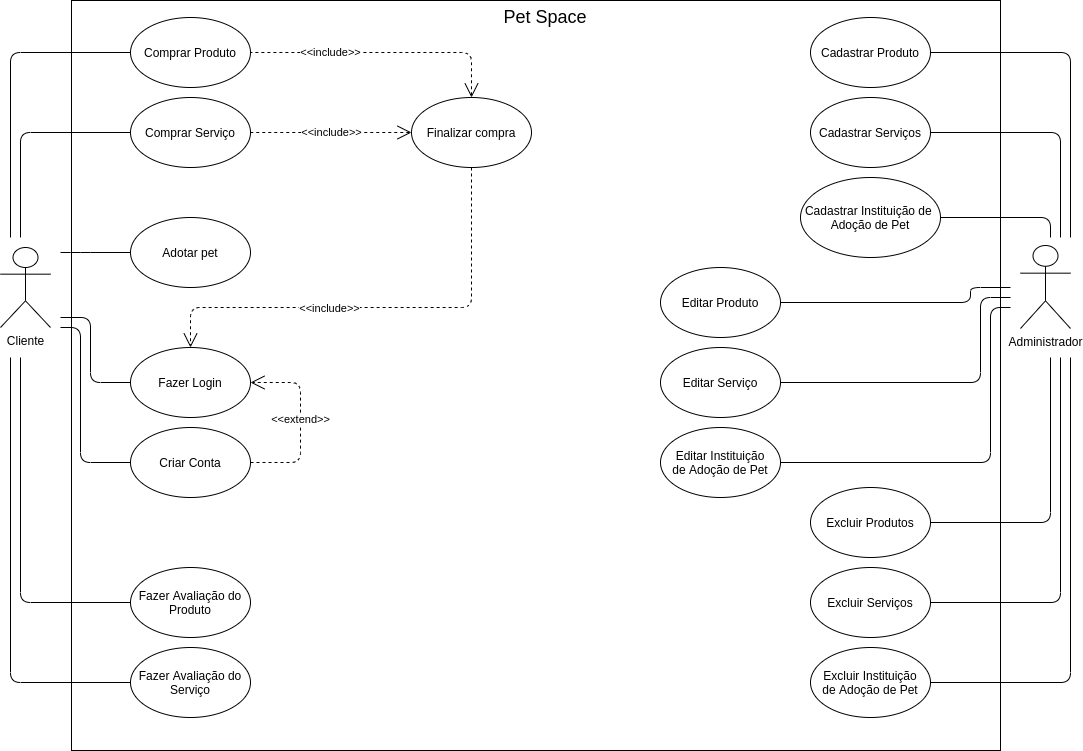
Earlier version of the draw.io export images/Use-case.png (Bruno-Felix/REQ-2020.2-PetSpace). Source tidied: cells renumbered, new cells last; positions are measured from the earlier drawing's top-left corner, leaving out a move shared by most shapes.
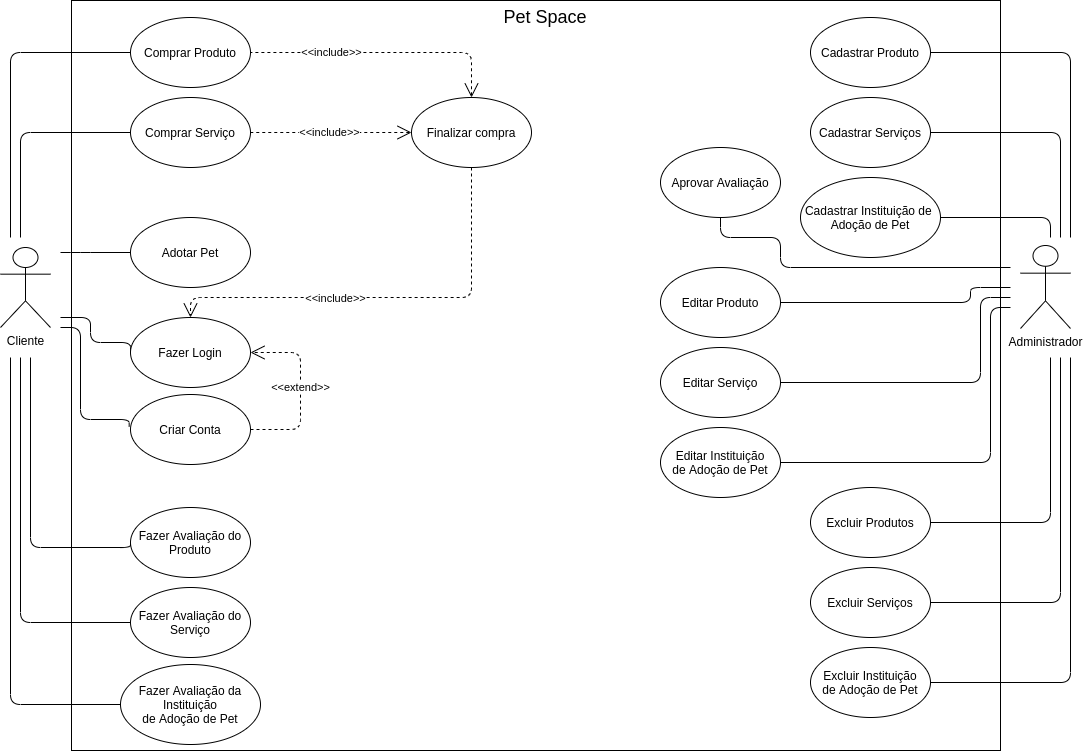
The same file after the commit.

Commit message:
Alterando diagrama

Diff of the diagram source:
```diff
@@ -29,22 +29,22 @@
       <mxGeometry x="130" y="97" width="120" height="70" as="geometry" />
     </mxCell>
     <mxCell id="9" value="Fazer Avaliação do Produto" style="ellipse;whiteSpace=wrap;html=1;" parent="1" vertex="1">
-      <mxGeometry x="130" y="567" width="120" height="70" as="geometry" />
+      <mxGeometry x="130" y="507" width="120" height="70" as="geometry" />
     </mxCell>
     <mxCell id="10" style="endArrow=none;endFill=0;html=1;edgeStyle=orthogonalEdgeStyle;align=left;verticalAlign=top;strokeColor=#000000;exitX=0;exitY=0.5;exitDx=0;exitDy=0;" parent="1" edge="1" source="9">
       <mxGeometry x="-1" relative="1" as="geometry">
-        <mxPoint x="20" y="357" as="targetPoint" />
+        <mxPoint x="30" y="357" as="targetPoint" />
         <Array as="points">
-          <mxPoint x="20" y="602" />
+          <mxPoint x="130" y="547" />
+          <mxPoint x="30" y="547" />
         </Array>
       </mxGeometry>
     </mxCell>
     <mxCell id="11" style="endArrow=none;endFill=0;html=1;edgeStyle=orthogonalEdgeStyle;align=left;verticalAlign=top;strokeColor=#000000;exitX=0;exitY=0.5;exitDx=0;exitDy=0;" parent="1" edge="1" source="39">
       <mxGeometry x="-1" relative="1" as="geometry">
-        <mxPoint x="10" y="357" as="targetPoint" />
+        <mxPoint x="20" y="357" as="targetPoint" />
         <Array as="points">
-          <mxPoint x="10" y="682" />
-          <mxPoint x="10" y="357" />
+          <mxPoint x="20" y="622" />
         </Array>
       </mxGeometry>
     </mxCell>
@@ -69,8 +69,8 @@
     <mxCell id="14" style="edgeStyle=orthogonalEdgeStyle;rounded=1;jettySize=auto;html=1;exitX=0.5;exitY=1;exitDx=0;exitDy=0;dashed=1;startArrow=none;startFill=0;endArrow=open;endFill=0;startSize=12;endSize=12;" parent="1" edge="1" source="16" target="44">
       <mxGeometry relative="1" as="geometry">
         <Array as="points">
-          <mxPoint x="471" y="307" />
-          <mxPoint x="190" y="307" />
+          <mxPoint x="471" y="297" />
+          <mxPoint x="190" y="297" />
         </Array>
       </mxGeometry>
     </mxCell>
@@ -91,14 +91,14 @@
         </Array>
       </mxGeometry>
     </mxCell>
-    <mxCell id="18" value="&lt;span&gt;Adotar pet&lt;/span&gt;" style="ellipse;whiteSpace=wrap;html=1;" parent="1" vertex="1">
+    <mxCell id="18" value="&lt;span&gt;Adotar Pet&lt;/span&gt;" style="ellipse;whiteSpace=wrap;html=1;" parent="1" vertex="1">
       <mxGeometry x="130" y="217" width="120" height="70" as="geometry" />
     </mxCell>
-    <mxCell id="19" style="edgeStyle=orthogonalEdgeStyle;rounded=1;jettySize=auto;html=1;endArrow=none;endFill=0;strokeColor=#000000;" parent="1" edge="1" source="22">
+    <mxCell id="19" style="edgeStyle=orthogonalEdgeStyle;rounded=1;jettySize=auto;html=1;endArrow=none;endFill=0;strokeColor=#000000;exitX=-0.011;exitY=0.458;exitDx=0;exitDy=0;exitPerimeter=0;" parent="1" edge="1" source="22">
       <mxGeometry relative="1" as="geometry">
         <mxPoint x="60" y="327" as="targetPoint" />
         <Array as="points">
-          <mxPoint x="80" y="462" />
+          <mxPoint x="80" y="419" />
           <mxPoint x="80" y="327" />
         </Array>
       </mxGeometry>
@@ -106,8 +106,8 @@
     <mxCell id="20" style="edgeStyle=orthogonalEdgeStyle;rounded=1;jettySize=auto;html=1;exitX=1;exitY=0.5;exitDx=0;exitDy=0;entryX=1;entryY=0.5;entryDx=0;entryDy=0;startArrow=none;startFill=0;endArrow=open;endFill=0;startSize=12;dashed=1;endSize=12;" parent="1" edge="1" source="22" target="44">
       <mxGeometry relative="1" as="geometry">
         <Array as="points">
-          <mxPoint x="300" y="462" />
-          <mxPoint x="300" y="382" />
+          <mxPoint x="300" y="429" />
+          <mxPoint x="300" y="352" />
         </Array>
       </mxGeometry>
     </mxCell>
@@ -117,7 +117,7 @@
       </mxGeometry>
     </mxCell>
     <mxCell id="22" value="Criar Conta" style="ellipse;whiteSpace=wrap;html=1;" parent="1" vertex="1">
-      <mxGeometry x="130" y="427" width="120" height="70" as="geometry" />
+      <mxGeometry x="130" y="394" width="120" height="70" as="geometry" />
     </mxCell>
     <mxCell id="23" value="&amp;lt;&amp;lt;include&amp;gt;&amp;gt;" style="endArrow=none;endSize=12;dashed=1;html=1;strokeColor=#000000;entryX=1;entryY=0.5;entryDx=0;entryDy=0;exitX=0;exitY=0.5;exitDx=0;exitDy=0;startSize=12;startArrow=open;startFill=0;endFill=0;" parent="1" edge="1" source="16" target="8">
       <mxGeometry x="0.01" relative="1" as="geometry" />
@@ -215,7 +215,7 @@
       <mxGeometry x="470" y="7" width="150" height="20" as="geometry" />
     </mxCell>
     <mxCell id="39" value="Fazer Avaliação do Serviço" style="ellipse;whiteSpace=wrap;html=1;" parent="1" vertex="1">
-      <mxGeometry x="130" y="647" width="120" height="70" as="geometry" />
+      <mxGeometry x="130" y="587" width="120" height="70" as="geometry" />
     </mxCell>
     <mxCell id="40" value="Excluir Serviços" style="ellipse;whiteSpace=wrap;html=1;" parent="1" vertex="1">
       <mxGeometry x="810" y="567" width="120" height="70" as="geometry" />
@@ -230,13 +230,37 @@
       <mxGeometry relative="1" as="geometry">
         <mxPoint x="60" y="317" as="targetPoint" />
         <Array as="points">
-          <mxPoint x="90" y="382" />
+          <mxPoint x="90" y="342" />
           <mxPoint x="90" y="317" />
         </Array>
       </mxGeometry>
     </mxCell>
     <mxCell id="44" value="Fazer Login" style="ellipse;whiteSpace=wrap;html=1;" parent="1" vertex="1">
-      <mxGeometry x="130" y="347" width="120" height="70" as="geometry" />
+      <mxGeometry x="130" y="317" width="120" height="70" as="geometry" />
     </mxCell>
+    <mxCell id="45" style="edgeStyle=orthogonalEdgeStyle;rounded=1;jettySize=auto;html=1;endArrow=none;endFill=0;exitX=0;exitY=0.5;exitDx=0;exitDy=0;" parent="1" edge="1" source="46">
+      <mxGeometry relative="1" as="geometry">
+        <mxPoint x="10" y="357" as="targetPoint" />
+        <Array as="points">
+          <mxPoint x="10" y="704" />
+        </Array>
+      </mxGeometry>
+    </mxCell>
+    <mxCell id="46" value="Fazer Avaliação da Instituição&lt;br&gt;de Adoção&amp;nbsp;de Pet" style="ellipse;whiteSpace=wrap;html=1;" parent="1" vertex="1">
+      <mxGeometry x="120" y="664" width="140" height="80" as="geometry" />
+    </mxCell>
+    <mxCell id="47" style="edgeStyle=orthogonalEdgeStyle;rounded=1;jettySize=auto;html=1;endArrow=none;endFill=0;exitX=0.5;exitY=1;exitDx=0;exitDy=0;" parent="1" edge="1" source="48">
+      <mxGeometry relative="1" as="geometry">
+        <mxPoint x="1010" y="267" as="targetPoint" />
+        <Array as="points">
+          <mxPoint x="720" y="237" />
+          <mxPoint x="780" y="237" />
+          <mxPoint x="780" y="267" />
+        </Array>
+      </mxGeometry>
+    </mxCell>
+    <mxCell id="48" value="Aprovar Avaliação" style="ellipse;whiteSpace=wrap;html=1;" parent="1" vertex="1">
+      <mxGeometry x="660" y="147" width="120" height="70" as="geometry" />
+    </mxCell>
   </root>
 </mxGraphModel>
```
